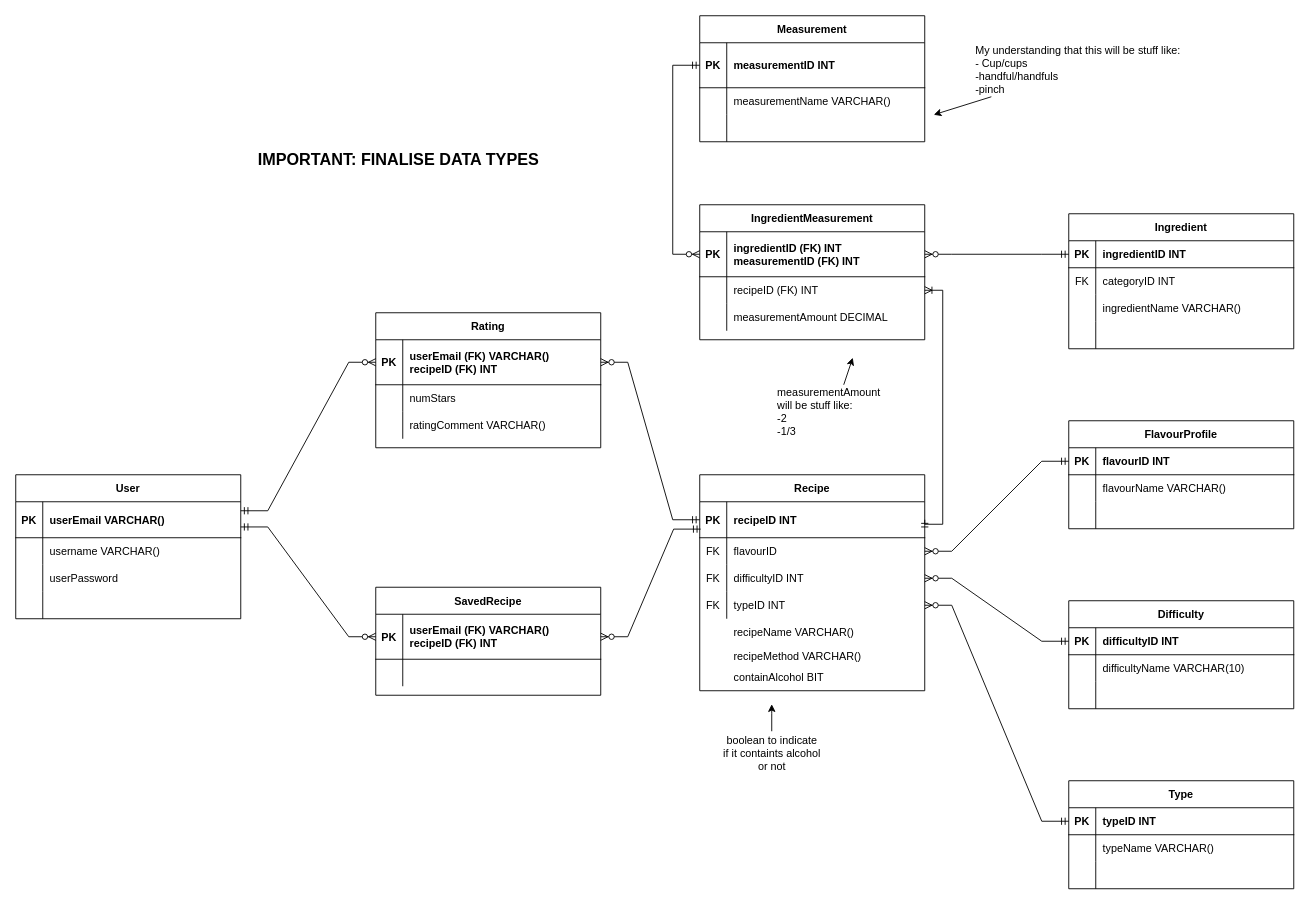
This is cocktailERD.drawio from AndrewBB-BBD/Cocktail-app, a draw.io file, before an edit. Source tidied: cells renumbered, new cells numbered last; positions are measured from the earlier drawing's top-left corner, leaving out a move shared by most shapes. Both pictures are drawn from the tidied source at 90%, with x=0, y=0 at pixel (15, 15).
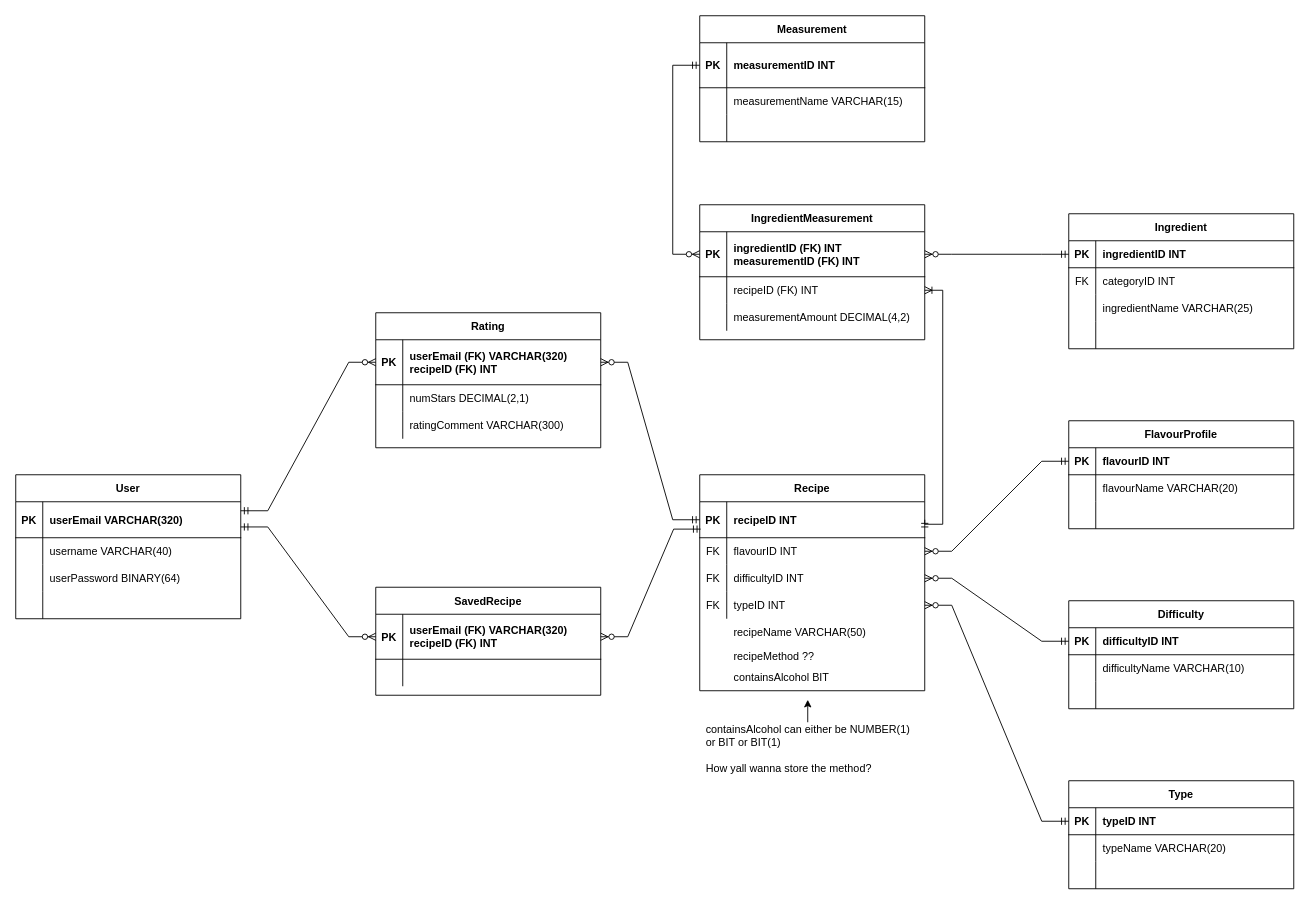
Above is the later version.

Commit message:
Update data types in tables

Unchanged cells that the change refers to:
```xml
<mxCell id="6" style="shape=partialRectangle;fillColor=none;top=0;left=0;right=0;bottom=0;" parent="2" vertex="1">
  <mxGeometry y="80" width="250" height="30" as="geometry" />
</mxCell>
<mxCell id="16" style="shape=partialRectangle;fillColor=none;points=[[0,0.5],[1,0.5]];portConstraint=eastwest;top=0;left=0;right=0;bottom=0;" parent="12" vertex="1">
  <mxGeometry y="70" width="250" height="30" as="geometry" />
</mxCell>
<mxCell id="32" style="shape=partialRectangle;fillColor=none;top=0;left=0;right=0;bottom=0;" parent="25" vertex="1">
  <mxGeometry y="110" width="250" height="30" as="geometry" />
</mxCell>
<mxCell id="42" style="shape=partialRectangle;fillColor=none;top=0;left=0;right=0;bottom=0;" parent="35" vertex="1">
  <mxGeometry y="90" width="250" height="30" as="geometry" />
</mxCell>
<mxCell id="56" style="shape=partialRectangle;fillColor=none;top=0;left=0;right=0;bottom=0;" parent="1" vertex="1">
  <mxGeometry x="760" y="696" width="250" height="30" as="geometry" />
</mxCell>
<mxCell id="59" style="shape=partialRectangle;fillColor=none;top=0;left=0;right=0;bottom=0;" parent="1" vertex="1">
  <mxGeometry x="760" y="670" width="250" height="30" as="geometry" />
</mxCell>
<mxCell id="62" style="shape=partialRectangle;fillColor=none;top=0;left=0;right=0;bottom=0;" parent="1" vertex="1">
  <mxGeometry x="760" y="720" width="250" height="30" as="geometry" />
</mxCell>
<mxCell id="69" style="shape=partialRectangle;fillColor=none;top=0;left=0;right=0;bottom=0;" parent="65" vertex="1">
  <mxGeometry y="60" width="250" height="30" as="geometry" />
</mxCell>
<mxCell id="89" style="shape=partialRectangle;fillColor=none;top=0;left=0;right=0;bottom=0;" parent="85" vertex="1">
  <mxGeometry y="60" width="250" height="30" as="geometry" />
</mxCell>
<mxCell id="101" style="shape=partialRectangle;fillColor=none;points=[[0,0.5],[1,0.5]];portConstraint=eastwest;top=0;left=0;right=0;bottom=1;" parent="100" vertex="1">
  <mxGeometry y="30" width="250" height="40" as="geometry" />
</mxCell>
<mxCell id="104" style="shape=partialRectangle;fillColor=none;top=0;left=0;right=0;bottom=0;" parent="100" vertex="1">
  <mxGeometry y="70" width="250" height="30" as="geometry" />
</mxCell>
<mxCell id="107" style="shape=partialRectangle;fillColor=none;top=0;left=0;right=0;bottom=0;" parent="100" vertex="1">
  <mxGeometry y="100" width="250" height="30" as="geometry" />
</mxCell>
<mxCell id="114" style="shape=partialRectangle;fillColor=none;points=[[0,0.5],[1,0.5]];portConstraint=eastwest;top=0;left=0;right=0;bottom=1;" parent="113" vertex="1">
  <mxGeometry y="30" width="250" height="50" as="geometry" />
</mxCell>
<mxCell id="117" style="shape=partialRectangle;fillColor=none;top=0;left=0;right=0;bottom=0;" parent="113" vertex="1">
  <mxGeometry y="80" width="250" height="30" as="geometry" />
</mxCell>
<mxCell id="120" style="shape=partialRectangle;fillColor=none;top=0;left=0;right=0;bottom=0;" parent="113" vertex="1">
  <mxGeometry y="110" width="250" height="30" as="geometry" />
</mxCell>
<mxCell id="124" style="shape=partialRectangle;fillColor=none;points=[[0,0.5],[1,0.5]];portConstraint=eastwest;top=0;left=0;right=0;bottom=1;" parent="123" vertex="1">
  <mxGeometry y="30" width="250" height="50" as="geometry" />
</mxCell>
```

Change to the diagram source:
```diff
@@
-    <mxCell id="8" value="measurementName VARCHAR()" style="shape=partialRectangle;overflow=hidden;fillColor=none;top=0;left=0;bottom=0;right=0;align=left;spacingLeft=6;" parent="6" vertex="1">
+    <mxCell id="8" value="measurementName VARCHAR(15)" style="shape=partialRectangle;overflow=hidden;fillColor=none;top=0;left=0;bottom=0;right=0;align=left;spacingLeft=6;" parent="6" vertex="1">
       <mxGeometry x="30" width="220" height="30" as="geometry" />
     </mxCell>
@@
-    <mxCell id="18" value="flavourID" style="shape=partialRectangle;overflow=hidden;fillColor=none;top=0;left=0;bottom=0;right=0;align=left;spacingLeft=6;" parent="16" vertex="1">
+    <mxCell id="18" value="flavourID INT" style="shape=partialRectangle;overflow=hidden;fillColor=none;top=0;left=0;bottom=0;right=0;align=left;spacingLeft=6;" parent="16" vertex="1">
       <mxGeometry x="30" width="220" height="30" as="geometry" />
     </mxCell>
@@
-    <mxCell id="34" value="measurementAmount DECIMAL" style="shape=partialRectangle;overflow=hidden;fillColor=none;top=0;left=0;bottom=0;right=0;align=left;spacingLeft=6;" parent="32" vertex="1">
+    <mxCell id="34" value="measurementAmount DECIMAL(4,2)" style="shape=partialRectangle;overflow=hidden;fillColor=none;top=0;left=0;bottom=0;right=0;align=left;spacingLeft=6;" parent="32" vertex="1">
       <mxGeometry x="30" width="220" height="30" as="geometry" />
     </mxCell>
@@
-    <mxCell id="44" value="ingredientName VARCHAR()" style="shape=partialRectangle;overflow=hidden;fillColor=none;top=0;left=0;bottom=0;right=0;align=left;spacingLeft=6;" parent="42" vertex="1">
+    <mxCell id="44" value="ingredientName VARCHAR(25)" style="shape=partialRectangle;overflow=hidden;fillColor=none;top=0;left=0;bottom=0;right=0;align=left;spacingLeft=6;" parent="42" vertex="1">
       <mxGeometry x="30" width="220" height="30" as="geometry" />
     </mxCell>
@@
-    <mxCell id="51" style="edgeStyle=none;rounded=0;jettySize=auto;html=1;" parent="1" edge="1" source="52">
-      <mxGeometry relative="1" as="geometry">
-        <mxPoint x="1020" y="110" as="targetPoint" />
-      </mxGeometry>
-    </mxCell>
-    <mxCell id="52" value="&lt;div style=&quot;text-align: left&quot;&gt;&lt;span&gt;My understanding that this will be stuff like:&lt;/span&gt;&lt;/div&gt;&lt;div style=&quot;text-align: left&quot;&gt;&lt;span&gt;- Cup/cups&lt;/span&gt;&lt;/div&gt;&lt;div style=&quot;text-align: left&quot;&gt;&lt;span&gt;-handful/handfuls&lt;/span&gt;&lt;/div&gt;&lt;div style=&quot;text-align: left&quot;&gt;&lt;span&gt;-pinch&lt;/span&gt;&lt;/div&gt;" style="text;html=1;align=center;verticalAlign=middle;points=[];strokeColor=none;fillColor=none;" parent="1" vertex="1">
-      <mxGeometry x="1060" y="30" width="240" height="60" as="geometry" />
-    </mxCell>
-    <mxCell id="53" style="edgeStyle=none;rounded=0;orthogonalLoop=1;jettySize=auto;html=1;" parent="1" edge="1">
-      <mxGeometry relative="1" as="geometry">
-        <mxPoint x="920" y="410" as="sourcePoint" />
-        <mxPoint x="930" y="380" as="targetPoint" />
-      </mxGeometry>
-    </mxCell>
-    <mxCell id="54" value="&lt;div style=&quot;text-align: left&quot;&gt;&lt;span&gt;measurementAmount&amp;nbsp;&lt;/span&gt;&lt;/div&gt;&lt;div style=&quot;text-align: left&quot;&gt;&lt;span&gt;will be stuff like:&lt;/span&gt;&lt;/div&gt;&lt;div style=&quot;text-align: left&quot;&gt;&lt;span&gt;-2&lt;/span&gt;&lt;/div&gt;&lt;div style=&quot;text-align: left&quot;&gt;&lt;span&gt;-1/3&lt;/span&gt;&lt;/div&gt;" style="text;html=1;align=center;verticalAlign=middle;strokeColor=none;fillColor=none;" parent="1" vertex="1">
-      <mxGeometry x="840" y="410" width="130" height="60" as="geometry" />
-    </mxCell>
-    <mxCell id="55" value="&lt;b&gt;&lt;font style=&quot;font-size: 18px&quot;&gt;IMPORTANT: FINALISE DATA TYPES&lt;/font&gt;&lt;/b&gt;" style="text;html=1;align=center;verticalAlign=middle;strokeColor=none;fillColor=none;" parent="1" vertex="1">
-      <mxGeometry x="260" y="150" width="330" height="20" as="geometry" />
-    </mxCell>
@@
-    <mxCell id="58" value="recipeMethod VARCHAR()" style="shape=partialRectangle;overflow=hidden;fillColor=none;top=0;left=0;bottom=0;right=0;align=left;spacingLeft=6;" parent="56" vertex="1">
+    <mxCell id="58" value="recipeMethod ??" style="shape=partialRectangle;overflow=hidden;fillColor=none;top=0;left=0;bottom=0;right=0;align=left;spacingLeft=6;" parent="56" vertex="1">
       <mxGeometry x="30" width="220" height="30" as="geometry" />
     </mxCell>
@@
-    <mxCell id="61" value="recipeName VARCHAR()" style="shape=partialRectangle;overflow=hidden;fillColor=none;top=0;left=0;bottom=0;right=0;align=left;spacingLeft=6;" parent="59" vertex="1">
+    <mxCell id="61" value="recipeName VARCHAR(50)" style="shape=partialRectangle;overflow=hidden;fillColor=none;top=0;left=0;bottom=0;right=0;align=left;spacingLeft=6;" parent="59" vertex="1">
       <mxGeometry x="30" width="220" height="30" as="geometry" />
     </mxCell>
@@
-    <mxCell id="64" value="containAlcohol BIT" style="shape=partialRectangle;overflow=hidden;fillColor=none;top=0;left=0;bottom=0;right=0;align=left;spacingLeft=6;" parent="62" vertex="1">
+    <mxCell id="64" value="containsAlcohol BIT" style="shape=partialRectangle;overflow=hidden;fillColor=none;top=0;left=0;bottom=0;right=0;align=left;spacingLeft=6;" parent="62" vertex="1">
       <mxGeometry x="30" width="220" height="30" as="geometry" />
     </mxCell>
@@
-    <mxCell id="71" value="flavourName VARCHAR()" style="shape=partialRectangle;overflow=hidden;fillColor=none;top=0;left=0;bottom=0;right=0;align=left;spacingLeft=6;" parent="69" vertex="1">
+    <mxCell id="71" value="flavourName VARCHAR(20)" style="shape=partialRectangle;overflow=hidden;fillColor=none;top=0;left=0;bottom=0;right=0;align=left;spacingLeft=6;" parent="69" vertex="1">
       <mxGeometry x="30" width="220" height="30" as="geometry" />
     </mxCell>
@@
-    <mxCell id="91" value="typeName VARCHAR()" style="shape=partialRectangle;overflow=hidden;fillColor=none;top=0;left=0;bottom=0;right=0;align=left;spacingLeft=6;" parent="89" vertex="1">
+    <mxCell id="91" value="typeName VARCHAR(20)" style="shape=partialRectangle;overflow=hidden;fillColor=none;top=0;left=0;bottom=0;right=0;align=left;spacingLeft=6;" parent="89" vertex="1">
       <mxGeometry x="30" width="220" height="30" as="geometry" />
     </mxCell>
@@
-    <mxCell id="98" style="edgeStyle=orthogonalEdgeStyle;rounded=0;jettySize=auto;html=1;" parent="1" edge="1" source="99">
-      <mxGeometry relative="1" as="geometry">
-        <mxPoint x="840" y="765" as="targetPoint" />
-      </mxGeometry>
-    </mxCell>
-    <mxCell id="99" value="boolean to indicate&lt;br&gt;if it containts alcohol&lt;br&gt;or not" style="text;html=1;align=center;verticalAlign=middle;points=[];strokeColor=none;fillColor=none;" parent="1" vertex="1">
-      <mxGeometry x="780" y="795" width="120" height="50" as="geometry" />
-    </mxCell>
@@
-    <mxCell id="103" value="userEmail VARCHAR()" style="shape=partialRectangle;overflow=hidden;fillColor=none;top=0;left=0;bottom=0;right=0;align=left;spacingLeft=6;fontStyle=1;" parent="101" vertex="1">
+    <mxCell id="103" value="userEmail VARCHAR(320)" style="shape=partialRectangle;overflow=hidden;fillColor=none;top=0;left=0;bottom=0;right=0;align=left;spacingLeft=6;fontStyle=1;" parent="101" vertex="1">
       <mxGeometry x="30" width="220" height="40" as="geometry" />
     </mxCell>
@@
-    <mxCell id="106" value="username VARCHAR()" style="shape=partialRectangle;overflow=hidden;fillColor=none;top=0;left=0;bottom=0;right=0;align=left;spacingLeft=6;" parent="104" vertex="1">
+    <mxCell id="106" value="username VARCHAR(40)" style="shape=partialRectangle;overflow=hidden;fillColor=none;top=0;left=0;bottom=0;right=0;align=left;spacingLeft=6;" parent="104" vertex="1">
       <mxGeometry x="30" width="220" height="30" as="geometry" />
     </mxCell>
@@
-    <mxCell id="109" value="userPassword" style="shape=partialRectangle;overflow=hidden;fillColor=none;top=0;left=0;bottom=0;right=0;align=left;spacingLeft=6;" parent="107" vertex="1">
+    <mxCell id="109" value="userPassword BINARY(64)" style="shape=partialRectangle;overflow=hidden;fillColor=none;top=0;left=0;bottom=0;right=0;align=left;spacingLeft=6;" parent="107" vertex="1">
       <mxGeometry x="30" width="220" height="30" as="geometry" />
     </mxCell>
@@
-    <mxCell id="116" value="userEmail (FK) VARCHAR()&#10;recipeID (FK) INT" style="shape=partialRectangle;overflow=hidden;fillColor=none;top=0;left=0;bottom=0;right=0;align=left;spacingLeft=6;fontStyle=1;" parent="114" vertex="1">
+    <mxCell id="116" value="userEmail (FK) VARCHAR(320)&#10;recipeID (FK) INT" style="shape=partialRectangle;overflow=hidden;fillColor=none;top=0;left=0;bottom=0;right=0;align=left;spacingLeft=6;fontStyle=1;" parent="114" vertex="1">
       <mxGeometry x="30" width="220" height="50" as="geometry" />
     </mxCell>
@@
-    <mxCell id="119" value="numStars" style="shape=partialRectangle;overflow=hidden;fillColor=none;top=0;left=0;bottom=0;right=0;align=left;spacingLeft=6;" parent="117" vertex="1">
+    <mxCell id="119" value="numStars DECIMAL(2,1)" style="shape=partialRectangle;overflow=hidden;fillColor=none;top=0;left=0;bottom=0;right=0;align=left;spacingLeft=6;" parent="117" vertex="1">
       <mxGeometry x="30" width="220" height="30" as="geometry" />
     </mxCell>
@@
-    <mxCell id="122" value="ratingComment VARCHAR()" style="shape=partialRectangle;overflow=hidden;fillColor=none;top=0;left=0;bottom=0;right=0;align=left;spacingLeft=6;" parent="120" vertex="1">
+    <mxCell id="122" value="ratingComment VARCHAR(300)" style="shape=partialRectangle;overflow=hidden;fillColor=none;top=0;left=0;bottom=0;right=0;align=left;spacingLeft=6;" parent="120" vertex="1">
       <mxGeometry x="30" width="220" height="30" as="geometry" />
     </mxCell>
@@
-    <mxCell id="126" value="userEmail (FK) VARCHAR()&#10;recipeID (FK) INT" style="shape=partialRectangle;overflow=hidden;fillColor=none;top=0;left=0;bottom=0;right=0;align=left;spacingLeft=6;fontStyle=1;" parent="124" vertex="1">
+    <mxCell id="126" value="userEmail (FK) VARCHAR(320)&#10;recipeID (FK) INT" style="shape=partialRectangle;overflow=hidden;fillColor=none;top=0;left=0;bottom=0;right=0;align=left;spacingLeft=6;fontStyle=1;" parent="124" vertex="1">
       <mxGeometry x="30" width="220" height="50" as="geometry" />
     </mxCell>
@@
+    <mxCell id="134" style="edgeStyle=orthogonalEdgeStyle;rounded=0;jettySize=auto;html=1;" parent="1" edge="1" source="135">
+      <mxGeometry relative="1" as="geometry">
+        <mxPoint x="880" y="760" as="targetPoint" />
+      </mxGeometry>
+    </mxCell>
+    <mxCell id="135" value="&lt;div style=&quot;text-align: left&quot;&gt;&lt;span&gt;containsAlcohol can either be NUMBER(1)&lt;/span&gt;&lt;/div&gt;&lt;div style=&quot;text-align: left&quot;&gt;&lt;span&gt;or BIT or BIT(1)&lt;/span&gt;&lt;/div&gt;&lt;div style=&quot;text-align: left&quot;&gt;&lt;span&gt;&lt;br&gt;&lt;/span&gt;&lt;/div&gt;&lt;div style=&quot;text-align: left&quot;&gt;&lt;span&gt;How yall wanna store the method?&lt;/span&gt;&lt;/div&gt;" style="text;html=1;align=center;verticalAlign=middle;points=[];strokeColor=none;fillColor=none;" parent="1" vertex="1">
+      <mxGeometry x="760" y="785" width="240" height="60" as="geometry" />
+    </mxCell>
```
